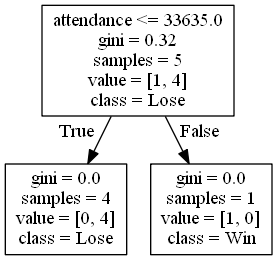
Above: DecisionTrees/Mountain Westdecision_tree_no_score11.png in alexana-steck/CSE482Project (Graphviz), before the change. Its source is kept beside it as DecisionTrees/Mountain Westdecision_tree_no_score11.dot.
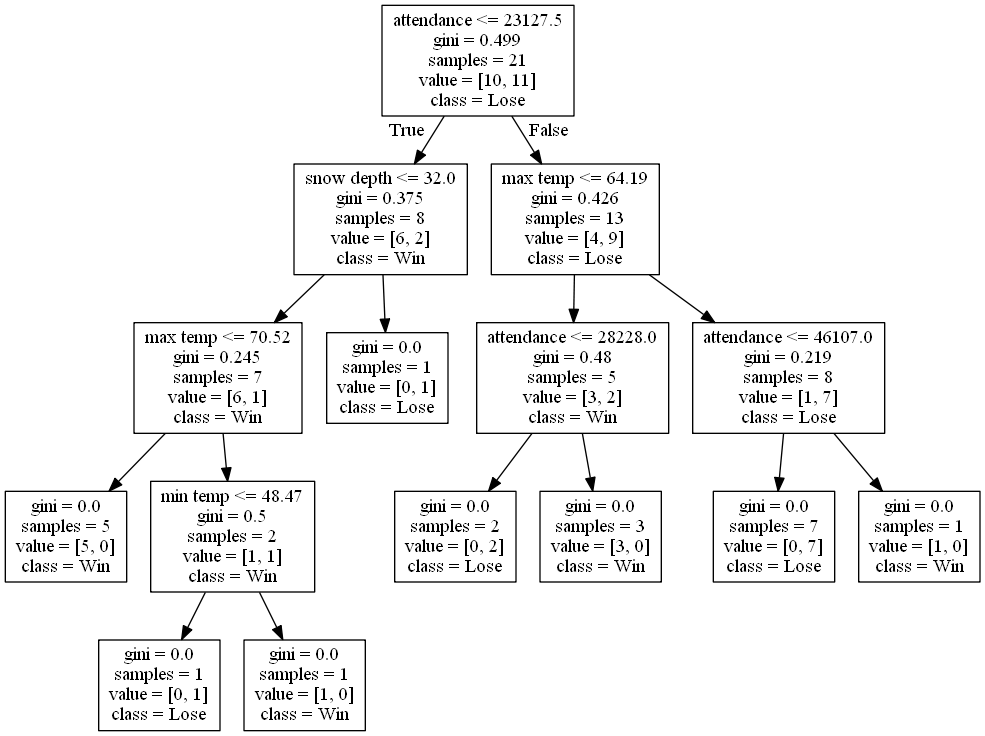
The same diagram one commit later.

The edit, as a diff of the source:
```diff
@@ -1,8 +1,32 @@
 digraph Tree {
 node [shape=box] ;
-0 [label="attendance <= 33635.0\ngini = 0.32\nsamples = 5\nvalue = [1, 4]\nclass = Lose"] ;
-1 [label="gini = 0.0\nsamples = 4\nvalue = [0, 4]\nclass = Lose"] ;
+0 [label="attendance <= 23127.5\ngini = 0.499\nsamples = 21\nvalue = [10, 11]\nclass = Lose"] ;
+1 [label="snow depth <= 32.0\ngini = 0.375\nsamples = 8\nvalue = [6, 2]\nclass = Win"] ;
 0 -> 1 [labeldistance=2.5, labelangle=45, headlabel="True"] ;
-2 [label="gini = 0.0\nsamples = 1\nvalue = [1, 0]\nclass = Win"] ;
-0 -> 2 [labeldistance=2.5, labelangle=-45, headlabel="False"] ;
+2 [label="max temp <= 70.52\ngini = 0.245\nsamples = 7\nvalue = [6, 1]\nclass = Win"] ;
+1 -> 2 ;
+3 [label="gini = 0.0\nsamples = 5\nvalue = [5, 0]\nclass = Win"] ;
+2 -> 3 ;
+4 [label="min temp <= 48.47\ngini = 0.5\nsamples = 2\nvalue = [1, 1]\nclass = Win"] ;
+2 -> 4 ;
+5 [label="gini = 0.0\nsamples = 1\nvalue = [0, 1]\nclass = Lose"] ;
+4 -> 5 ;
+6 [label="gini = 0.0\nsamples = 1\nvalue = [1, 0]\nclass = Win"] ;
+4 -> 6 ;
+7 [label="gini = 0.0\nsamples = 1\nvalue = [0, 1]\nclass = Lose"] ;
+1 -> 7 ;
+8 [label="max temp <= 64.19\ngini = 0.426\nsamples = 13\nvalue = [4, 9]\nclass = Lose"] ;
+0 -> 8 [labeldistance=2.5, labelangle=-45, headlabel="False"] ;
+9 [label="attendance <= 28228.0\ngini = 0.48\nsamples = 5\nvalue = [3, 2]\nclass = Win"] ;
+8 -> 9 ;
+10 [label="gini = 0.0\nsamples = 2\nvalue = [0, 2]\nclass = Lose"] ;
+9 -> 10 ;
+11 [label="gini = 0.0\nsamples = 3\nvalue = [3, 0]\nclass = Win"] ;
+9 -> 11 ;
+12 [label="attendance <= 46107.0\ngini = 0.219\nsamples = 8\nvalue = [1, 7]\nclass = Lose"] ;
+8 -> 12 ;
+13 [label="gini = 0.0\nsamples = 7\nvalue = [0, 7]\nclass = Lose"] ;
+12 -> 13 ;
+14 [label="gini = 0.0\nsamples = 1\nvalue = [1, 0]\nclass = Win"] ;
+12 -> 14 ;
 }
```
